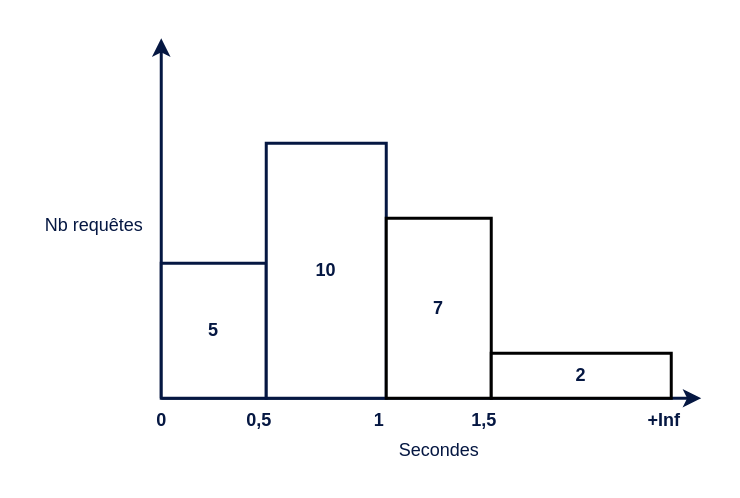
Before: page "Page-4" (3 of 6) of prometheus.drawio in oliv37/prometheus-article, a draw.io diagram. Source tidied: cells renumbered, new cells numbered last; positions are measured from the earlier drawing's top-left corner, leaving out a move shared by most shapes. Both pictures are drawn from the tidied source at 150%, with x=0, y=0 at pixel (26, 38).
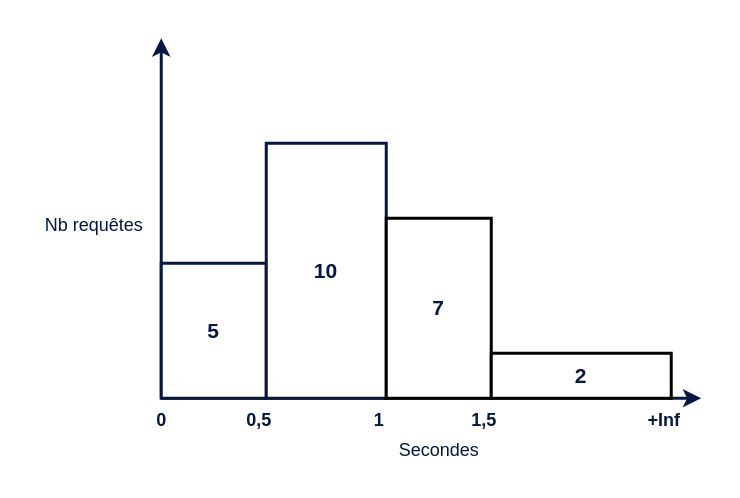
After the change.

The edit, as a diff of the source:
```diff
@@
 <mxGraphModel>
   <root>
     <mxCell id="0" />
     <mxCell id="1" parent="0" />
     <mxCell id="2" style="endArrow=classic;html=1;rounded=0;strokeColor=#051742;strokeWidth=2;" parent="1" edge="1">
       <mxGeometry relative="1" as="geometry">
         <mxPoint x="90" y="240" as="sourcePoint" />
         <mxPoint x="450" y="240" as="targetPoint" />
       </mxGeometry>
     </mxCell>
     <mxCell id="3" style="endArrow=classic;html=1;rounded=0;strokeColor=#051742;strokeWidth=2;" parent="1" edge="1">
       <mxGeometry relative="1" as="geometry">
         <mxPoint x="90" y="240" as="sourcePoint" />
         <mxPoint x="90" as="targetPoint" />
       </mxGeometry>
     </mxCell>
-    <mxCell id="4" value="&lt;b&gt;&lt;font color=&quot;#051742&quot;&gt;5&lt;/font&gt;&lt;/b&gt;" style="rounded=0;whiteSpace=wrap;html=1;strokeColor=#051742;strokeWidth=2;" parent="1" vertex="1">
+    <mxCell id="4" value="&lt;font style=&quot;font-size: 14px;&quot;&gt;&lt;b&gt;&lt;font style=&quot;font-size: 14px;&quot; color=&quot;#051742&quot;&gt;5&lt;/font&gt;&lt;/b&gt;&lt;/font&gt;" style="rounded=0;whiteSpace=wrap;html=1;strokeColor=#051742;strokeWidth=2;" parent="1" vertex="1">
       <mxGeometry x="90" y="150" width="70" height="90" as="geometry" />
     </mxCell>
-    <mxCell id="5" value="&lt;b&gt;&lt;font color=&quot;#051742&quot;&gt;10&lt;/font&gt;&lt;/b&gt;" style="rounded=0;whiteSpace=wrap;html=1;strokeWidth=2;strokeColor=#051742;" parent="1" vertex="1">
+    <mxCell id="5" value="&lt;font style=&quot;font-size: 14px;&quot;&gt;&lt;b&gt;&lt;font style=&quot;font-size: 14px;&quot; color=&quot;#051742&quot;&gt;10&lt;/font&gt;&lt;/b&gt;&lt;/font&gt;" style="rounded=0;whiteSpace=wrap;html=1;strokeWidth=2;strokeColor=#051742;" parent="1" vertex="1">
       <mxGeometry x="160" y="70" width="80" height="170" as="geometry" />
     </mxCell>
-    <mxCell id="6" value="&lt;b&gt;&lt;font color=&quot;#051742&quot;&gt;7&lt;/font&gt;&lt;/b&gt;" style="rounded=0;whiteSpace=wrap;html=1;strokeWidth=2;" parent="1" vertex="1">
+    <mxCell id="6" value="&lt;font style=&quot;font-size: 14px;&quot;&gt;&lt;b&gt;&lt;font style=&quot;font-size: 14px;&quot; color=&quot;#051742&quot;&gt;7&lt;/font&gt;&lt;/b&gt;&lt;/font&gt;" style="rounded=0;whiteSpace=wrap;html=1;strokeWidth=2;" parent="1" vertex="1">
       <mxGeometry x="240" y="120" width="70" height="120" as="geometry" />
     </mxCell>
-    <mxCell id="7" value="&lt;b&gt;&lt;font color=&quot;#051742&quot;&gt;2&lt;/font&gt;&lt;/b&gt;" style="rounded=0;whiteSpace=wrap;html=1;strokeWidth=2;" parent="1" vertex="1">
+    <mxCell id="7" value="&lt;font style=&quot;font-size: 14px;&quot;&gt;&lt;b&gt;&lt;font style=&quot;font-size: 14px;&quot; color=&quot;#051742&quot;&gt;2&lt;/font&gt;&lt;/b&gt;&lt;/font&gt;" style="rounded=0;whiteSpace=wrap;html=1;strokeWidth=2;" parent="1" vertex="1">
       <mxGeometry x="310" y="210" width="120" height="30" as="geometry" />
     </mxCell>
     <mxCell id="8" value="&lt;b&gt;0,5&lt;/b&gt;" style="text;html=1;align=center;verticalAlign=middle;fillColor=none;strokeColor=none;rounded=0;strokeWidth=2;fontColor=#051742;" parent="1" vertex="1">
       <mxGeometry x="135" y="240" width="40" height="30" as="geometry" />
     </mxCell>
     <mxCell id="9" value="&lt;b&gt;1&lt;/b&gt;" style="text;html=1;align=center;verticalAlign=middle;fillColor=none;strokeColor=none;rounded=0;strokeWidth=2;fontColor=#051742;" parent="1" vertex="1">
       <mxGeometry x="220" y="240" width="30" height="30" as="geometry" />
     </mxCell>
     <mxCell id="10" value="&lt;b&gt;1,5&lt;/b&gt;" style="text;html=1;align=center;verticalAlign=middle;fillColor=none;strokeColor=none;rounded=0;strokeWidth=2;fontColor=#051742;" parent="1" vertex="1">
       <mxGeometry x="285" y="240" width="40" height="30" as="geometry" />
     </mxCell>
     <mxCell id="11" value="&lt;b&gt;+Inf&lt;/b&gt;" style="text;html=1;align=center;verticalAlign=middle;fillColor=none;strokeColor=none;rounded=0;strokeWidth=2;fontColor=#051742;" parent="1" vertex="1">
       <mxGeometry x="400" y="240" width="50" height="30" as="geometry" />
     </mxCell>
     <mxCell id="12" value="Secondes" style="text;html=1;align=center;verticalAlign=middle;fillColor=none;strokeColor=none;rounded=0;strokeWidth=2;fontColor=#051742;" parent="1" vertex="1">
       <mxGeometry x="235" y="260" width="80" height="30" as="geometry" />
     </mxCell>
     <mxCell id="13" value="Nb requêtes" style="text;html=1;align=center;verticalAlign=middle;fillColor=none;strokeColor=none;rounded=0;strokeWidth=2;fontColor=#051742;" parent="1" vertex="1">
       <mxGeometry y="110" width="90" height="30" as="geometry" />
     </mxCell>
     <mxCell id="14" value="&lt;b&gt;0&lt;/b&gt;" style="text;html=1;align=center;verticalAlign=middle;fillColor=none;strokeColor=none;rounded=0;strokeWidth=2;fontColor=#051742;" parent="1" vertex="1">
       <mxGeometry x="75" y="240" width="30" height="30" as="geometry" />
     </mxCell>
   </root>
 </mxGraphModel>
```
